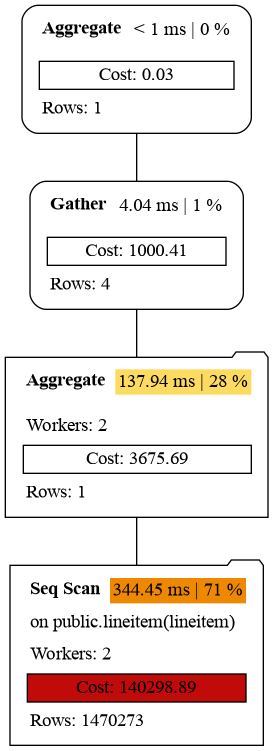
Before: examples/plan_parallel.png, a diagram exported from Graphviz (sanpii/explain). Its source is kept beside it as examples/plan_parallel.dot.
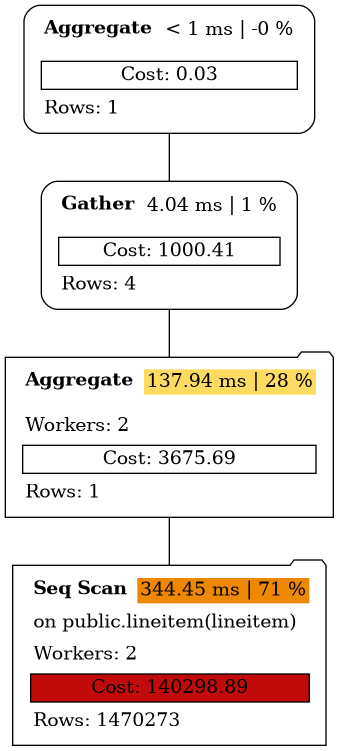
After the commit.

What changed in the source:
```diff
@@ -1,5 +1,5 @@
 graph explain {
-    node0[label=<<table border="0" cellborder="0" cellspacing="5"><tr><td align="left"><b>Aggregate</b></td><td>&lt; 1 ms | 0 %</td></tr><tr><td colspan="2" align="left"></td></tr><tr><td colspan="2" border="1" >Cost: 0.03</td></tr><tr><td colspan="2" align="left">Rows: 1</td></tr></table>>][style="rounded"][shape="box"];
+    node0[label=<<table border="0" cellborder="0" cellspacing="5"><tr><td align="left"><b>Aggregate</b></td><td>&lt; 1 ms | -0 %</td></tr><tr><td colspan="2" align="left"></td></tr><tr><td colspan="2" border="1" >Cost: 0.03</td></tr><tr><td colspan="2" align="left">Rows: 1</td></tr></table>>][style="rounded"][shape="box"];
     node1[label=<<table border="0" cellborder="0" cellspacing="5"><tr><td align="left"><b>Gather</b></td><td bgcolor="white">4.04 ms | 1 %</td></tr><tr><td colspan="2" align="left"></td></tr><tr><td colspan="2" border="1" >Cost: 1000.41</td></tr><tr><td colspan="2" align="left">Rows: 4</td></tr></table>>][style="rounded"][shape="box"];
     node2[label=<<table border="0" cellborder="0" cellspacing="5"><tr><td align="left"><b>Aggregate</b></td><td bgcolor="#fddb61">137.94 ms | 28 %</td></tr><tr><td colspan="2" align="left"></td></tr><tr><td colspan="2" align="left">Workers: 2</td></tr><tr><td colspan="2" border="1" >Cost: 3675.69</td></tr><tr><td colspan="2" align="left">Rows: 1</td></tr></table>>][style="rounded"][shape="folder"];
     node3[label=<<table border="0" cellborder="0" cellspacing="5"><tr><td align="left"><b>Seq Scan</b></td><td bgcolor="#ee8800">344.45 ms | 71 %</td></tr><tr><td colspan="2" align="left">on public.lineitem(lineitem)</td></tr><tr><td colspan="2" align="left">Workers: 2</td></tr><tr><td colspan="2" border="1" bgcolor="#c10a0a">Cost: 140298.89</td></tr><tr><td colspan="2" align="left">Rows: 1470273</td></tr></table>>][style="rounded"][shape="folder"];
```
